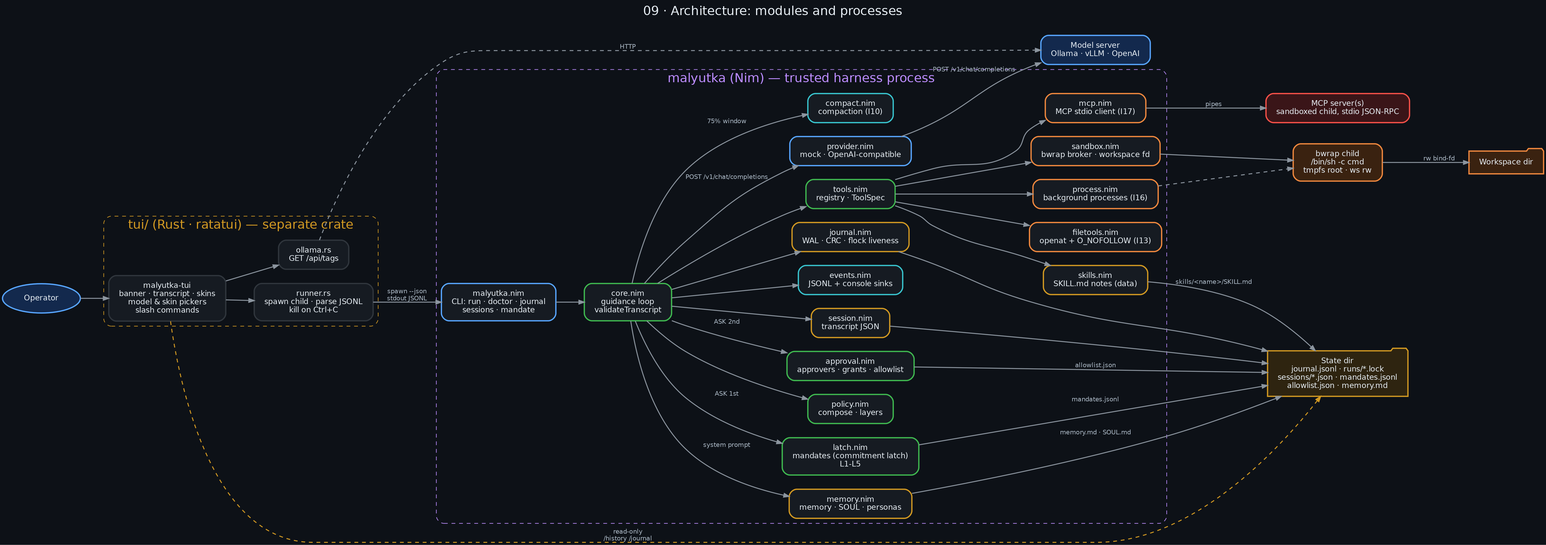
Before: docs/diagrams/09_architecture.png, a diagram exported from Graphviz (danindiana/malyutka). Its source is kept beside it as docs/diagrams/09_architecture.dot.
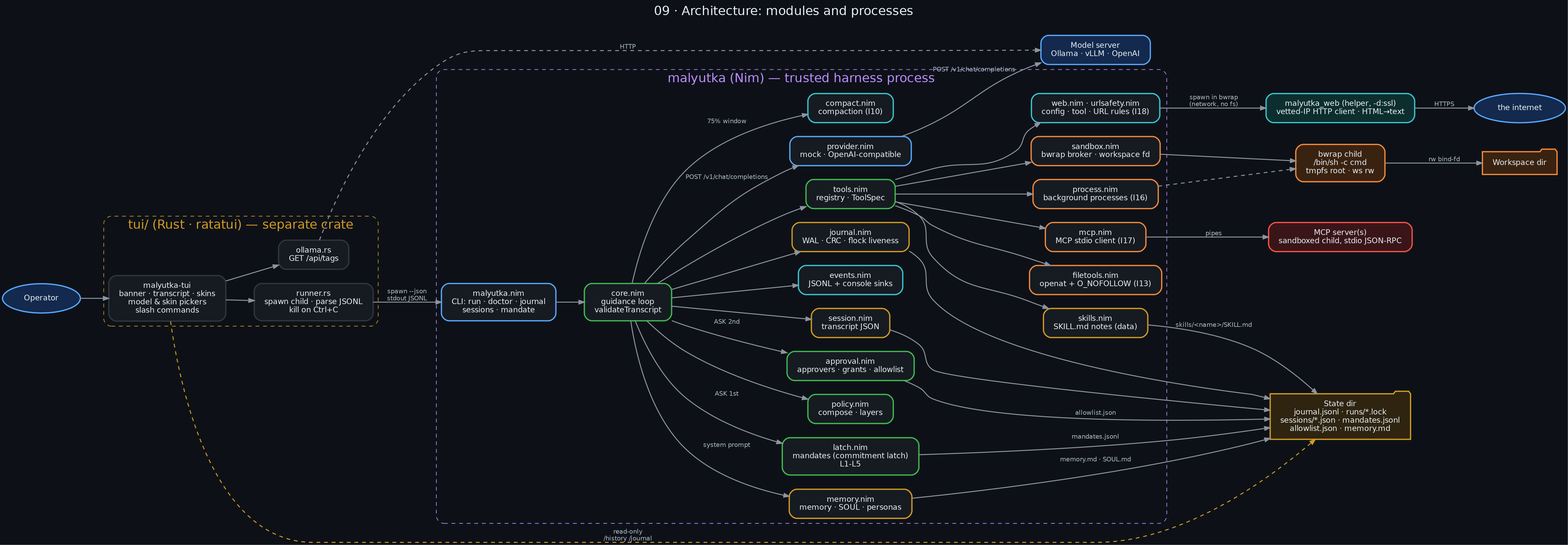
Above is the later version.

What changed in the source:
```diff
@@ -30,6 +30,7 @@
         process [label="process.nim\nbackground processes (I16)", color="#f0883e"];
         skills [label="skills.nim\nSKILL.md notes (data)", color="#d29922"];
         mcp [label="mcp.nim\nMCP stdio client (I17)", color="#f0883e"];
+        webn [label="web.nim · urlsafety.nim\nconfig · tool · URL rules (I18)", color="#39c5cf"];
     }
     bwrap [label="bwrap child\n/bin/sh -c cmd\ntmpfs root · ws rw", color="#f0883e", fillcolor="#3a2210"];
     model [label="Model server\nOllama · vLLM · OpenAI", color="#58a6ff", fillcolor="#13294d"];
@@ -41,9 +42,13 @@
     cli -> core; core -> provider -> model [label="POST /v1/chat/completions"];
     core -> tools; core -> policy; core -> journal; core -> session; core -> events;
     core -> latch [label="ASK 1st"]; core -> approval [label="ASK 2nd"]; core -> memory [label="system prompt"];
+    tools -> webn; webn -> webh [label="spawn in bwrap\n(network, no fs)"];
     tools -> filetools; tools -> process; tools -> skills; tools -> mcp; core -> compact [label="75% window"];
     tools -> sandbox -> bwrap; bwrap -> ws [label="rw bind-fd"];
     journal -> state; session -> state;
+    webh [label="malyutka_web (helper, -d:ssl)\nvetted-IP HTTP client · HTML→text", color="#39c5cf", fillcolor="#0d2e2e"];
+    inet [label="the internet", shape=oval, color="#58a6ff", fillcolor="#13294d"];
+    webh -> inet [label="HTTPS"];
     mcp_srv [label="MCP server(s)\nsandboxed child, stdio JSON-RPC", color="#f85149", fillcolor="#3a1518"];
     mcp -> mcp_srv [label="pipes"]; process -> bwrap [style=dashed];
     skills -> state [label="skills/<name>/SKILL.md"];
```
